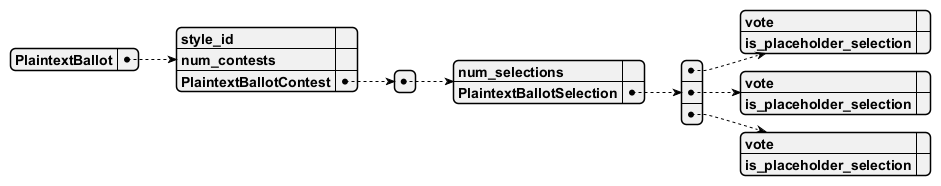
Mudderschiff/IoT-election keeps this PlantUML diagram as docs/thesis/abbildungen/Diagramme/mBallot.png. Above is the earlier version.
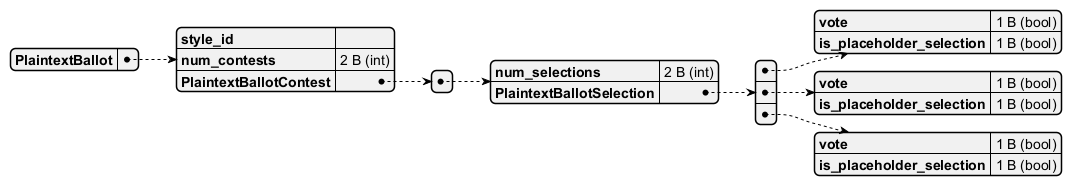
The same file after the commit.

Diff of the diagram source:
```diff
@@ -2,22 +2,22 @@
 {
   "PlaintextBallot": {
     "style_id": "",
-    "num_contests": "",
+    "num_contests": "2 B (int)",
     "PlaintextBallotContest": [
       {
-        "num_selections": "",
+        "num_selections": "2 B (int)",
         "PlaintextBallotSelection": [
           {
-            "vote": "",
-            "is_placeholder_selection": ""
+            "vote": "1 B (bool)",
+            "is_placeholder_selection": "1 B (bool)"
           },
           {
-            "vote": "",
-            "is_placeholder_selection": ""
+            "vote": "1 B (bool)",
+            "is_placeholder_selection": "1 B (bool)"
           },
           {
-            "vote": "",
-            "is_placeholder_selection": ""
+            "vote": "1 B (bool)",
+            "is_placeholder_selection": "1 B (bool)"
           }
         ]
       }
```
